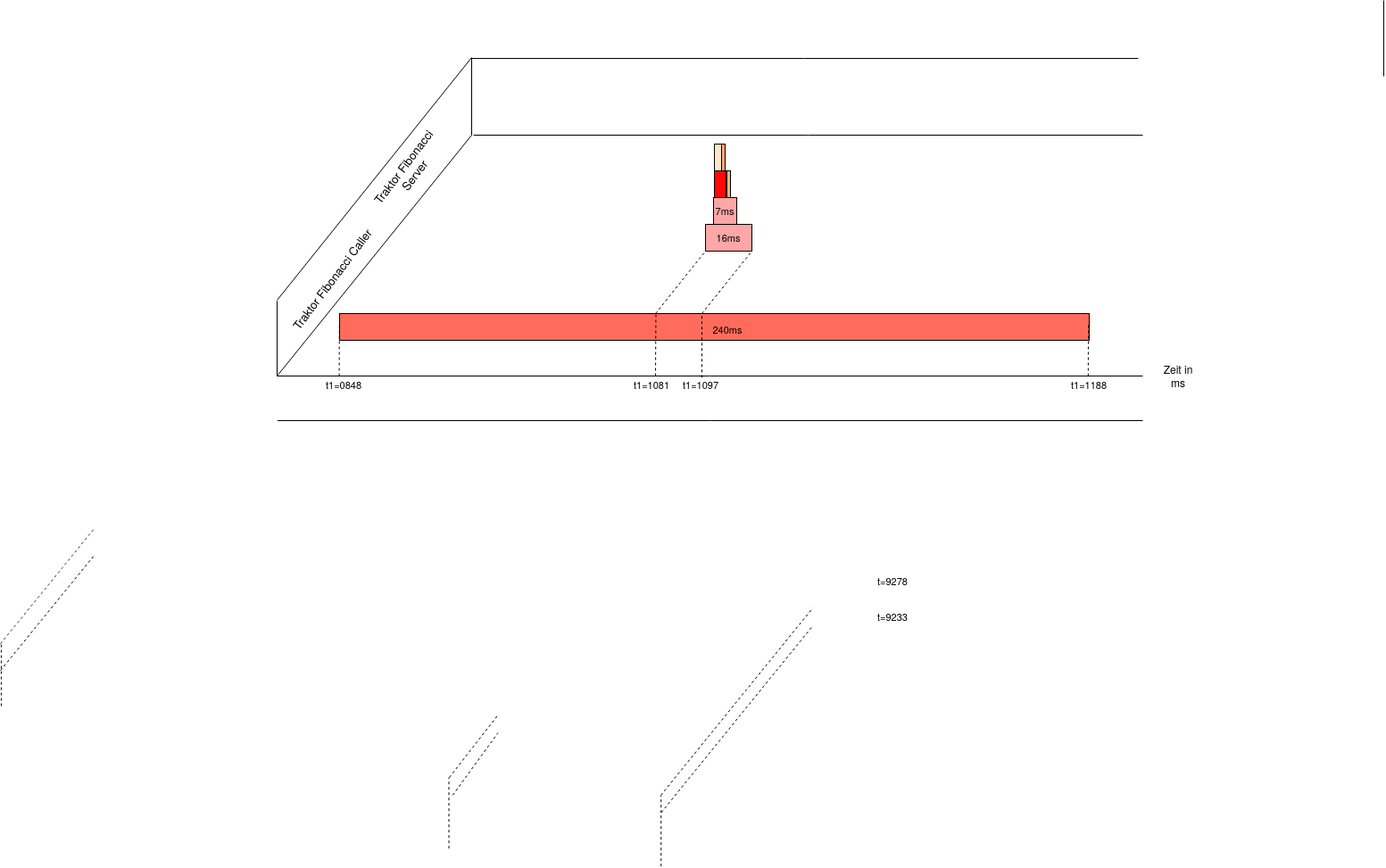
Soockee/bachelor-thesis keeps this draw.io diagram as img/Evaluation/Eval_TraktorEnv.png. Above is the earlier version. Source tidied: cells renumbered, new cells last; positions are measured from the earlier drawing's top-left corner, leaving out a move shared by most shapes.
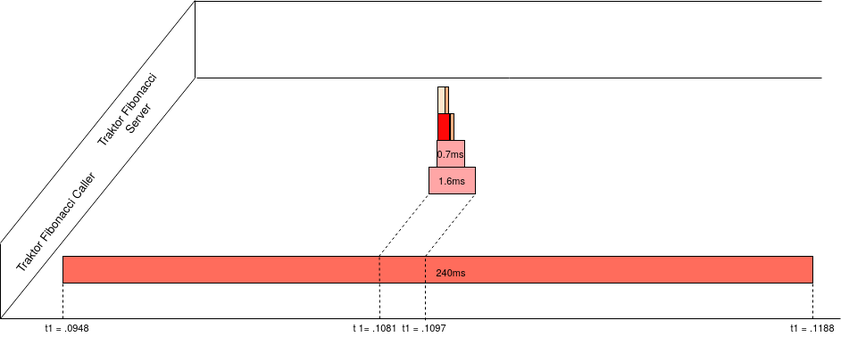
The same file after the commit.

The edit, as a diff of the source:
```diff
@@ -5,36 +5,29 @@
     <mxCell id="2" value="&lt;font style=&quot;font-size: 11px&quot;&gt;240ms&lt;/font&gt;" style="rounded=0;whiteSpace=wrap;html=1;fontSize=17;fillColor=#FF6C5C;spacingLeft=30;" parent="1" vertex="1">
       <mxGeometry x="380" y="351" width="840" height="30" as="geometry" />
     </mxCell>
-    <mxCell id="3" style="endArrow=none;html=1;" parent="1" edge="1">
-      <mxGeometry relative="1" as="geometry">
-        <mxPoint x="310" y="421" as="sourcePoint" />
-        <mxPoint x="310" y="337" as="targetPoint" />
-      </mxGeometry>
-    </mxCell>
-    <mxCell id="4" style="endArrow=none;html=1;" parent="1" edge="1">
-      <mxGeometry relative="1" as="geometry">
-        <mxPoint x="310" y="421" as="sourcePoint" />
-        <mxPoint x="1280" y="421" as="targetPoint" />
-      </mxGeometry>
-    </mxCell>
-    <mxCell id="5" style="endArrow=none;html=1;" parent="1" edge="1">
-      <mxGeometry relative="1" as="geometry">
-        <mxPoint x="528" y="151" as="sourcePoint" />
-        <mxPoint x="528" y="65" as="targetPoint" />
-      </mxGeometry>
-    </mxCell>
-    <mxCell id="6" style="endArrow=none;html=1;" parent="1" edge="1">
-      <mxGeometry relative="1" as="geometry">
-        <mxPoint x="310" y="336" as="sourcePoint" />
-        <mxPoint x="528" y="64" as="targetPoint" />
-      </mxGeometry>
-    </mxCell>
-    <mxCell id="7" style="endArrow=none;html=1;" parent="1" edge="1">
-      <mxGeometry relative="1" as="geometry">
-        <mxPoint x="1550" y="85" as="sourcePoint" />
-        <mxPoint x="1550" as="targetPoint" />
-      </mxGeometry>
-    </mxCell>
+    <mxCell id="42" style="endArrow=none;html=1;" parent="1" edge="1">
+      <mxGeometry relative="1" as="geometry">
+        <mxPoint x="310" y="421" as="sourcePoint" />
+        <mxPoint x="310" y="337" as="targetPoint" />
+      </mxGeometry>
+    </mxCell>
+    <mxCell id="43" style="endArrow=none;html=1;entryX=0.888;entryY=0;entryDx=0;entryDy=0;entryPerimeter=0;" parent="1" edge="1" target="50">
+      <mxGeometry relative="1" as="geometry">
+        <mxPoint x="310" y="421" as="sourcePoint" />
+      </mxGeometry>
+    </mxCell>
+    <mxCell id="44" style="endArrow=none;html=1;" parent="1" edge="1">
+      <mxGeometry relative="1" as="geometry">
+        <mxPoint x="528" y="151" as="sourcePoint" />
+        <mxPoint x="528" y="65" as="targetPoint" />
+      </mxGeometry>
+    </mxCell>
+    <mxCell id="45" style="endArrow=none;html=1;" parent="1" edge="1">
+      <mxGeometry relative="1" as="geometry">
+        <mxPoint x="310" y="336" as="sourcePoint" />
+        <mxPoint x="528" y="64" as="targetPoint" />
+      </mxGeometry>
+    </mxCell>
     <mxCell id="8" value="&lt;div style=&quot;font-size: 13px&quot;&gt;&lt;font style=&quot;font-size: 13px&quot;&gt;Traktor Fibonacci Server&lt;/font&gt;&lt;/div&gt;" style="text;html=1;strokeColor=none;fillColor=none;align=center;verticalAlign=middle;whiteSpace=wrap;rounded=0;rotation=307;fontSize=17;" parent="1" vertex="1">
       <mxGeometry x="390" y="181" width="135" height="20" as="geometry" />
     </mxCell>
@@ -50,148 +43,78 @@
     <mxCell id="12" style="rounded=0;whiteSpace=wrap;html=1;fillColor=#FFAE80;fontSize=11;" parent="1" vertex="1">
       <mxGeometry x="814" y="191" width="4" height="30" as="geometry" />
     </mxCell>
-    <mxCell id="13" value="t1=0848" style="text;html=1;strokeColor=none;fillColor=none;align=center;verticalAlign=middle;whiteSpace=wrap;rounded=0;fontSize=11;" parent="1" vertex="1">
-      <mxGeometry x="344.7" y="421" width="80" height="20" as="geometry" />
-    </mxCell>
-    <mxCell id="14" style="endArrow=none;dashed=1;html=1;fontSize=17;exitX=0.126;exitY=0;exitDx=0;exitDy=0;exitPerimeter=0;entryX=0;entryY=0;entryDx=0;entryDy=0;" parent="1" edge="1">
-      <mxGeometry relative="1" as="geometry">
-        <mxPoint x="503" y="871" as="sourcePoint" />
-        <mxPoint x="557.5" y="801" as="targetPoint" />
-      </mxGeometry>
-    </mxCell>
-    <mxCell id="15" style="endArrow=none;dashed=1;html=1;fontSize=17;exitX=0.134;exitY=0.993;exitDx=0;exitDy=0;exitPerimeter=0;entryX=0;entryY=1;entryDx=0;entryDy=0;" parent="1" edge="1">
-      <mxGeometry relative="1" as="geometry">
-        <mxPoint x="506.8" y="890.9" as="sourcePoint" />
-        <mxPoint x="557.5" y="821" as="targetPoint" />
-      </mxGeometry>
-    </mxCell>
-    <mxCell id="16" style="endArrow=none;dashed=1;html=1;fontSize=17;exitX=0.126;exitY=1;exitDx=0;exitDy=0;exitPerimeter=0;" parent="1" edge="1">
-      <mxGeometry relative="1" as="geometry">
-        <mxPoint x="502.5" y="950.7" as="sourcePoint" />
-        <mxPoint x="502.5" y="871" as="targetPoint" />
-      </mxGeometry>
-    </mxCell>
-    <mxCell id="17" value="Zeit in ms" style="text;html=1;strokeColor=none;fillColor=none;align=center;verticalAlign=middle;whiteSpace=wrap;rounded=0;" parent="1" vertex="1">
-      <mxGeometry x="1300" y="411" width="40" height="20" as="geometry" />
-    </mxCell>
-    <mxCell id="18" style="endArrow=none;dashed=1;html=1;fontSize=17;entryX=0;entryY=0;entryDx=0;entryDy=0;exitX=0.187;exitY=-0.005;exitDx=0;exitDy=0;exitPerimeter=0;" parent="1" edge="1">
-      <mxGeometry relative="1" as="geometry">
-        <mxPoint x="740" y="890.9" as="sourcePoint" />
-        <mxPoint x="910.2" y="681" as="targetPoint" />
-      </mxGeometry>
-    </mxCell>
-    <mxCell id="19" style="endArrow=none;dashed=1;html=1;fontSize=17;exitX=0.188;exitY=0.963;exitDx=0;exitDy=0;exitPerimeter=0;entryX=0;entryY=1;entryDx=0;entryDy=0;" parent="1" edge="1">
-      <mxGeometry relative="1" as="geometry">
-        <mxPoint x="740.5" y="910.3" as="sourcePoint" />
-        <mxPoint x="910.2" y="701" as="targetPoint" />
-      </mxGeometry>
-    </mxCell>
-    <mxCell id="20" style="endArrow=none;dashed=1;html=1;fontSize=17;exitX=0.126;exitY=1;exitDx=0;exitDy=0;exitPerimeter=0;" parent="1" edge="1">
-      <mxGeometry relative="1" as="geometry">
-        <mxPoint x="740.2" y="970.7" as="sourcePoint" />
-        <mxPoint x="740.2" y="891" as="targetPoint" />
-      </mxGeometry>
-    </mxCell>
-    <mxCell id="21" style="endArrow=none;dashed=1;html=1;fontSize=17;" parent="1" edge="1">
-      <mxGeometry relative="1" as="geometry">
-        <mxPoint x="379.6" y="421" as="sourcePoint" />
-        <mxPoint x="379.8" y="361" as="targetPoint" />
-      </mxGeometry>
-    </mxCell>
-    <mxCell id="22" value="7ms" style="rounded=0;whiteSpace=wrap;html=1;fillColor=#FFA6A6;fontSize=11;" parent="1" vertex="1">
-      <mxGeometry x="799" y="221" width="26" height="30" as="geometry" />
-    </mxCell>
-    <mxCell id="23" style="endArrow=none;dashed=1;html=1;fontSize=17;entryX=0;entryY=0;entryDx=0;entryDy=0;exitX=0.112;exitY=0.005;exitDx=0;exitDy=0;exitPerimeter=0;fillColor=#ffcccc;strokeColor=#36393d;" parent="1" edge="1">
-      <mxGeometry relative="1" as="geometry">
-        <mxPoint y="721.2" as="sourcePoint" />
-        <mxPoint x="105.9" y="591" as="targetPoint" />
-      </mxGeometry>
-    </mxCell>
-    <mxCell id="24" style="endArrow=none;dashed=1;html=1;fontSize=17;" parent="1" edge="1">
-      <mxGeometry relative="1" as="geometry">
-        <mxPoint x="0.9" y="791" as="sourcePoint" />
-        <mxPoint x="0.9" y="721" as="targetPoint" />
-      </mxGeometry>
-    </mxCell>
-    <mxCell id="25" style="endArrow=none;dashed=1;html=1;fontSize=17;entryX=0;entryY=0;entryDx=0;entryDy=0;exitX=0.112;exitY=0.005;exitDx=0;exitDy=0;exitPerimeter=0;" parent="1" edge="1">
-      <mxGeometry relative="1" as="geometry">
-        <mxPoint y="751.1" as="sourcePoint" />
-        <mxPoint x="105.9" y="621" as="targetPoint" />
-      </mxGeometry>
-    </mxCell>
-    <mxCell id="26" value="t=9278" style="text;html=1;strokeColor=none;fillColor=none;align=center;verticalAlign=middle;whiteSpace=wrap;rounded=0;fontSize=11;" parent="1" vertex="1">
-      <mxGeometry x="980" y="641" width="40" height="20" as="geometry" />
-    </mxCell>
-    <mxCell id="27" value="t=9233" style="text;html=1;strokeColor=none;fillColor=none;align=center;verticalAlign=middle;whiteSpace=wrap;rounded=0;fontSize=11;" parent="1" vertex="1">
-      <mxGeometry x="980" y="681" width="40" height="20" as="geometry" />
-    </mxCell>
-    <mxCell id="28" style="endArrow=none;html=1;" parent="1" edge="1">
-      <mxGeometry relative="1" as="geometry">
-        <mxPoint x="310" y="421" as="sourcePoint" />
-        <mxPoint x="528" y="151" as="targetPoint" />
-      </mxGeometry>
-    </mxCell>
-    <mxCell id="29" value="t1=1188" style="text;html=1;strokeColor=none;fillColor=none;align=center;verticalAlign=middle;whiteSpace=wrap;rounded=0;fontSize=11;" parent="1" vertex="1">
-      <mxGeometry x="1180" y="421" width="80" height="20" as="geometry" />
-    </mxCell>
-    <mxCell id="30" style="endArrow=none;html=1;" parent="1" edge="1">
-      <mxGeometry relative="1" as="geometry">
-        <mxPoint x="310.5" y="471" as="sourcePoint" />
-        <mxPoint x="1280" y="471" as="targetPoint" />
-      </mxGeometry>
-    </mxCell>
-    <mxCell id="31" value="t1=1081" style="text;html=1;strokeColor=none;fillColor=none;align=center;verticalAlign=middle;whiteSpace=wrap;rounded=0;fontSize=11;" parent="1" vertex="1">
-      <mxGeometry x="690" y="421" width="80" height="20" as="geometry" />
-    </mxCell>
+    <mxCell id="46" value="&lt;div&gt;t1 = .0948&lt;/div&gt;" style="text;html=1;strokeColor=none;fillColor=none;align=center;verticalAlign=middle;whiteSpace=wrap;rounded=0;fontSize=11;" parent="1" vertex="1">
+      <mxGeometry x="344.7" y="421" width="80" height="20" as="geometry" />
+    </mxCell>
+    <mxCell id="47" style="endArrow=none;dashed=1;html=1;fontSize=17;" parent="1" edge="1">
+      <mxGeometry relative="1" as="geometry">
+        <mxPoint x="380" y="421" as="sourcePoint" />
+        <mxPoint x="380" y="361" as="targetPoint" />
+      </mxGeometry>
+    </mxCell>
+    <mxCell id="48" value="0.7ms" style="rounded=0;whiteSpace=wrap;html=1;fillColor=#FFA6A6;fontSize=11;" parent="1" vertex="1">
+      <mxGeometry x="799" y="221" width="31" height="30" as="geometry" />
+    </mxCell>
+    <mxCell id="49" style="endArrow=none;html=1;" parent="1" edge="1">
+      <mxGeometry relative="1" as="geometry">
+        <mxPoint x="310" y="421" as="sourcePoint" />
+        <mxPoint x="528" y="151" as="targetPoint" />
+      </mxGeometry>
+    </mxCell>
+    <mxCell id="50" value="t1 = .1188" style="text;html=1;strokeColor=none;fillColor=none;align=center;verticalAlign=middle;whiteSpace=wrap;rounded=0;fontSize=11;" parent="1" vertex="1">
+      <mxGeometry x="1180" y="421" width="80" height="20" as="geometry" />
+    </mxCell>
+    <mxCell id="51" value="t 1= .1081" style="text;html=1;strokeColor=none;fillColor=none;align=center;verticalAlign=middle;whiteSpace=wrap;rounded=0;fontSize=11;" parent="1" vertex="1">
+      <mxGeometry x="690" y="421" width="80" height="20" as="geometry" />
+    </mxCell>
     <mxCell id="32" style="rounded=0;whiteSpace=wrap;html=1;fillColor=#FFAE80;fontSize=11;" parent="1" vertex="1">
       <mxGeometry x="808" y="161" width="4" height="30" as="geometry" />
     </mxCell>
-    <mxCell id="33" value="16ms" style="rounded=0;whiteSpace=wrap;html=1;fillColor=#FFA6A6;fontSize=11;" parent="1" vertex="1">
-      <mxGeometry x="790" y="251" width="52" height="30" as="geometry" />
-    </mxCell>
-    <mxCell id="34" style="endArrow=none;dashed=1;html=1;fontSize=11;" parent="1" edge="1">
-      <mxGeometry relative="1" as="geometry">
-        <mxPoint x="734" y="351" as="sourcePoint" />
-        <mxPoint x="790" y="281" as="targetPoint" />
-      </mxGeometry>
-    </mxCell>
-    <mxCell id="35" style="endArrow=none;dashed=1;html=1;fontSize=11;" parent="1" edge="1">
-      <mxGeometry relative="1" as="geometry">
-        <mxPoint x="786" y="351" as="sourcePoint" />
-        <mxPoint x="842" y="281" as="targetPoint" />
-      </mxGeometry>
-    </mxCell>
-    <mxCell id="36" style="endArrow=none;dashed=1;html=1;fontSize=11;entryX=0.422;entryY=-0.06;entryDx=0;entryDy=0;entryPerimeter=0;" parent="1" edge="1" target="2">
-      <mxGeometry relative="1" as="geometry">
-        <mxPoint x="734" y="421" as="sourcePoint" />
-      </mxGeometry>
-    </mxCell>
-    <mxCell id="37" style="endArrow=none;dashed=1;html=1;fontSize=11;entryX=0.422;entryY=-0.06;entryDx=0;entryDy=0;entryPerimeter=0;" parent="1" edge="1">
-      <mxGeometry relative="1" as="geometry">
-        <mxPoint x="786" y="422.8" as="sourcePoint" />
-        <mxPoint x="786" y="351" as="targetPoint" />
-      </mxGeometry>
-    </mxCell>
-    <mxCell id="38" value="t1=1097" style="text;html=1;strokeColor=none;fillColor=none;align=center;verticalAlign=middle;whiteSpace=wrap;rounded=0;fontSize=11;" parent="1" vertex="1">
-      <mxGeometry x="745" y="421" width="80" height="20" as="geometry" />
-    </mxCell>
-    <mxCell id="39" style="endArrow=none;html=1;" parent="1" edge="1">
-      <mxGeometry relative="1" as="geometry">
-        <mxPoint x="530" y="151" as="sourcePoint" />
-        <mxPoint x="1280" y="151" as="targetPoint" />
-      </mxGeometry>
-    </mxCell>
-    <mxCell id="40" style="endArrow=none;html=1;fontStyle=4;" parent="1" edge="1">
-      <mxGeometry relative="1" as="geometry">
-        <mxPoint x="527" y="65" as="sourcePoint" />
-        <mxPoint x="1275" y="65" as="targetPoint" />
-      </mxGeometry>
-    </mxCell>
-    <mxCell id="41" style="endArrow=none;dashed=1;html=1;fontSize=17;" parent="1" edge="1">
-      <mxGeometry relative="1" as="geometry">
-        <mxPoint x="1218.8" y="421" as="sourcePoint" />
-        <mxPoint x="1219.1" y="361" as="targetPoint" />
-      </mxGeometry>
-    </mxCell>
+    <mxCell id="52" value="1.6ms" style="rounded=0;whiteSpace=wrap;html=1;fillColor=#FFA6A6;fontSize=11;" parent="1" vertex="1">
+      <mxGeometry x="790" y="251" width="52" height="30" as="geometry" />
+    </mxCell>
+    <mxCell id="53" style="endArrow=none;dashed=1;html=1;fontSize=11;" parent="1" edge="1">
+      <mxGeometry relative="1" as="geometry">
+        <mxPoint x="734" y="351" as="sourcePoint" />
+        <mxPoint x="790" y="281" as="targetPoint" />
+      </mxGeometry>
+    </mxCell>
+    <mxCell id="54" style="endArrow=none;dashed=1;html=1;fontSize=11;" parent="1" edge="1">
+      <mxGeometry relative="1" as="geometry">
+        <mxPoint x="786" y="351" as="sourcePoint" />
+        <mxPoint x="842" y="281" as="targetPoint" />
+      </mxGeometry>
+    </mxCell>
+    <mxCell id="55" style="endArrow=none;dashed=1;html=1;fontSize=11;entryX=0.422;entryY=-0.06;entryDx=0;entryDy=0;entryPerimeter=0;" parent="1" edge="1" target="2">
+      <mxGeometry relative="1" as="geometry">
+        <mxPoint x="735" y="421" as="sourcePoint" />
+      </mxGeometry>
+    </mxCell>
+    <mxCell id="56" style="endArrow=none;dashed=1;html=1;fontSize=11;entryX=0.422;entryY=-0.06;entryDx=0;entryDy=0;entryPerimeter=0;" parent="1" edge="1">
+      <mxGeometry relative="1" as="geometry">
+        <mxPoint x="786" y="422.8" as="sourcePoint" />
+        <mxPoint x="786" y="351" as="targetPoint" />
+      </mxGeometry>
+    </mxCell>
+    <mxCell id="57" value="t1 = .1097" style="text;html=1;strokeColor=none;fillColor=none;align=center;verticalAlign=middle;whiteSpace=wrap;rounded=0;fontSize=11;" parent="1" vertex="1">
+      <mxGeometry x="745" y="421" width="80" height="20" as="geometry" />
+    </mxCell>
+    <mxCell id="58" style="endArrow=none;html=1;" parent="1" edge="1">
+      <mxGeometry relative="1" as="geometry">
+        <mxPoint x="530" y="151" as="sourcePoint" />
+        <mxPoint x="1230" y="151" as="targetPoint" />
+      </mxGeometry>
+    </mxCell>
+    <mxCell id="59" style="endArrow=none;html=1;fontStyle=4;" parent="1" edge="1">
+      <mxGeometry relative="1" as="geometry">
+        <mxPoint x="527" y="65" as="sourcePoint" />
+        <mxPoint x="1230" y="65" as="targetPoint" />
+      </mxGeometry>
+    </mxCell>
+    <mxCell id="60" style="endArrow=none;dashed=1;html=1;fontSize=17;entryX=1;entryY=0;entryDx=0;entryDy=0;" parent="1" edge="1" target="2">
+      <mxGeometry relative="1" as="geometry">
+        <mxPoint x="1220" y="421" as="sourcePoint" />
+      </mxGeometry>
+    </mxCell>
   </root>
 </mxGraphModel>
```
